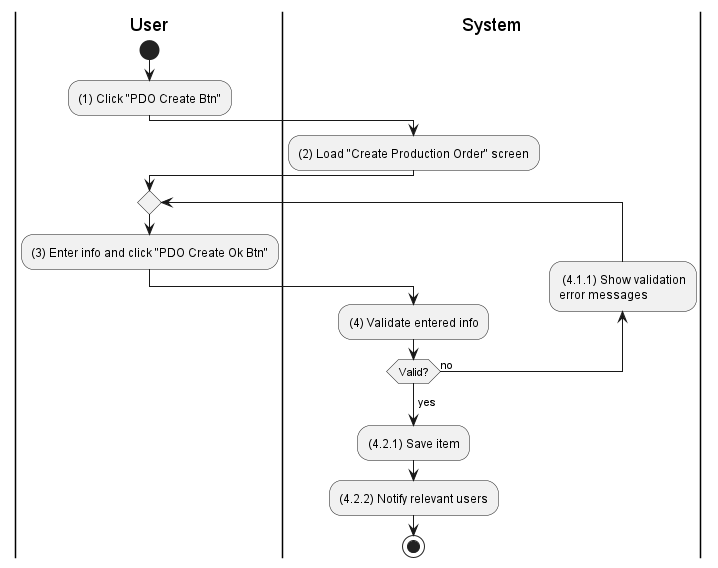
Earlier version of the PlantUML export activities/production-order-create.png (phihungha/scmss-reqs).
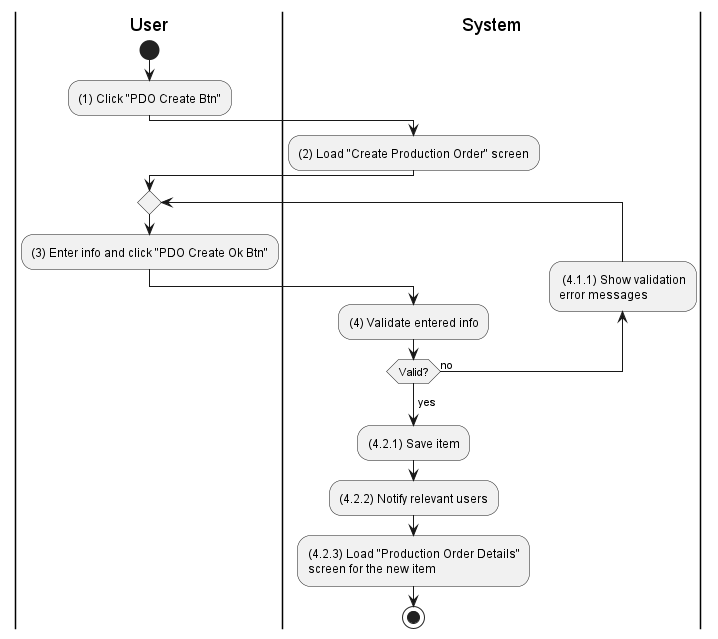
Above is the later version.

The edit, as a diff of the source:
```diff
@@ -19,5 +19,6 @@
 ->yes;
 :(4.2.1) Save item;
 :(4.2.2) Notify relevant users;
+:(4.2.3) Load "Production Order Details"\nscreen for the new item;
 stop
 @enduml
```
